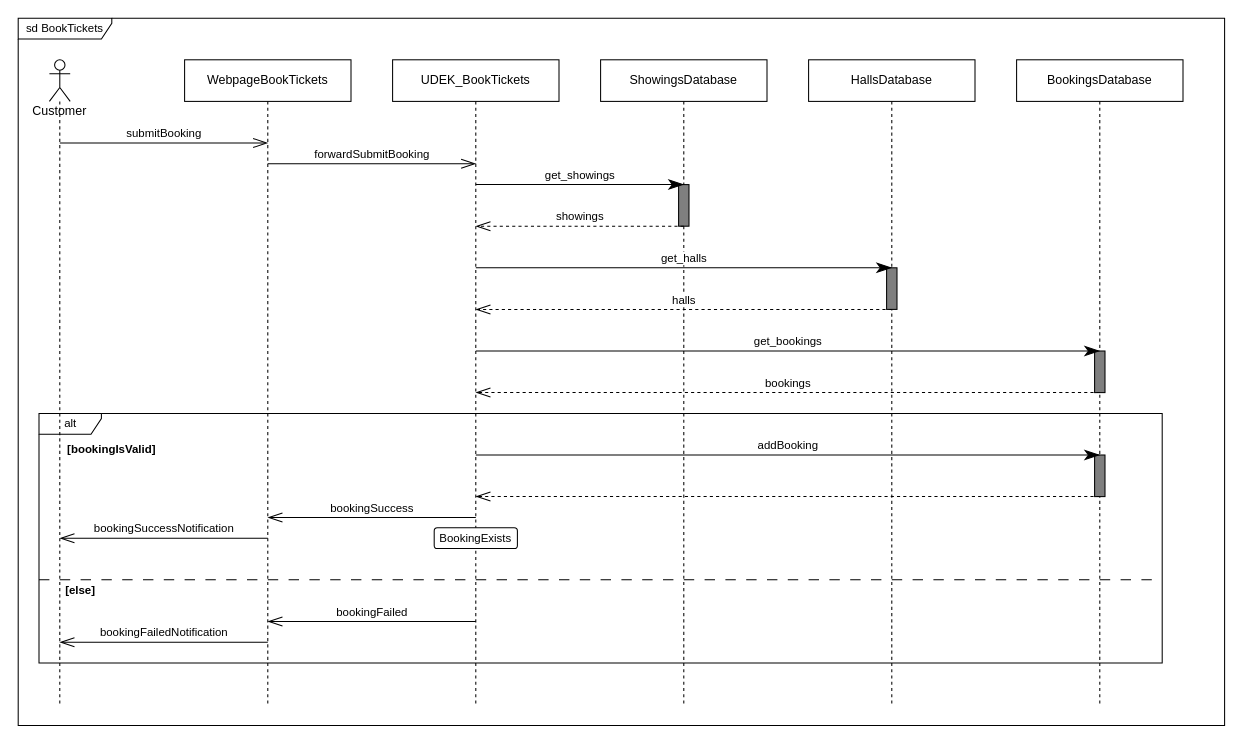
melvdlin/swtlab keeps this draw.io diagram as a05_sequence_diagram_r05.drawio. Above is the earlier version. Source tidied: cells renumbered, new cells numbered last; positions are measured from the earlier drawing's top-left corner, leaving out a move shared by most shapes. Both pictures are drawn from the tidied source at 104%, with x=0, y=0 at pixel (18, 18).
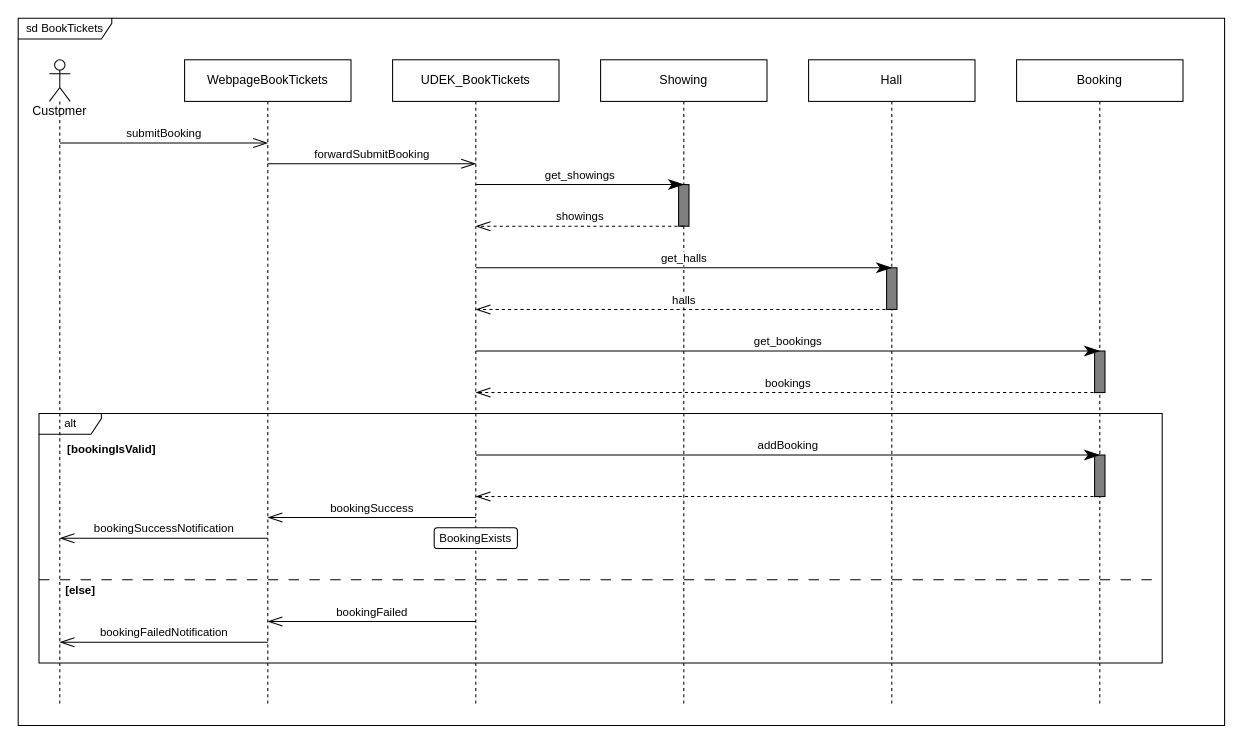
The same diagram, later.

Change to the diagram source:
```diff
@@
-    <mxCell id="7" value="ShowingsDatabase" style="shape=umlLifeline;perimeter=lifelinePerimeter;whiteSpace=wrap;html=1;" parent="3" vertex="1">
+    <mxCell id="7" value="Showing" style="shape=umlLifeline;perimeter=lifelinePerimeter;whiteSpace=wrap;html=1;" parent="3" vertex="1">
       <mxGeometry x="560" y="40" width="160" height="620" as="geometry" />
     </mxCell>
-    <mxCell id="8" value="HallsDatabase" style="shape=umlLifeline;perimeter=lifelinePerimeter;whiteSpace=wrap;html=1;" parent="3" vertex="1">
+    <mxCell id="8" value="Hall" style="shape=umlLifeline;perimeter=lifelinePerimeter;whiteSpace=wrap;html=1;" parent="3" vertex="1">
       <mxGeometry x="760" y="40" width="160" height="620" as="geometry" />
     </mxCell>
-    <mxCell id="9" value="BookingsDatabase" style="shape=umlLifeline;perimeter=lifelinePerimeter;whiteSpace=wrap;html=1;" parent="3" vertex="1">
+    <mxCell id="9" value="Booking" style="shape=umlLifeline;perimeter=lifelinePerimeter;whiteSpace=wrap;html=1;" parent="3" vertex="1">
       <mxGeometry x="960" y="40" width="160" height="620" as="geometry" />
     </mxCell>
```
